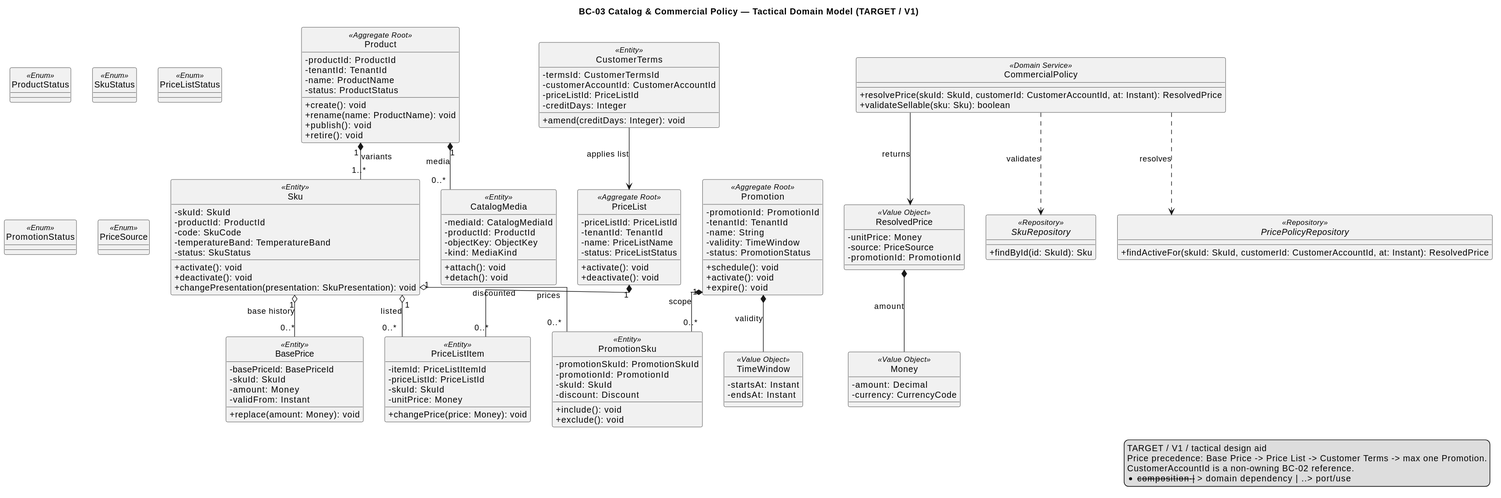
Above: 01-shared/domain/bounded-contexts/BC-03-catalog-commercial-policy/diagrams/BC03_CatalogCommercialPolicy.svg in nexa-suite/blueprint (PlantUML), before the change. The source it was exported from:
```plantuml
@startuml
title BC-03 Catalog & Commercial Policy — Tactical Domain Model (TARGET / V1)
hide circle
skinparam classAttributeIconSize 0
skinparam shadowing false
skinparam linetype ortho

class Product <<Aggregate Root>> {
  -productId: ProductId
  -tenantId: TenantId
  -name: ProductName
  -status: ProductStatus
  +create(): void
  +rename(name: ProductName): void
  +publish(): void
  +retire(): void
}

class Sku <<Entity>> {
  -skuId: SkuId
  -productId: ProductId
  -code: SkuCode
  -temperatureBand: TemperatureBand
  -status: SkuStatus
  +activate(): void
  +deactivate(): void
  +changePresentation(presentation: SkuPresentation): void
}

class CatalogMedia <<Entity>> {
  -mediaId: CatalogMediaId
  -productId: ProductId
  -objectKey: ObjectKey
  -kind: MediaKind
  +attach(): void
  +detach(): void
}

class PriceList <<Aggregate Root>> {
  -priceListId: PriceListId
  -tenantId: TenantId
  -name: PriceListName
  -status: PriceListStatus
  +activate(): void
  +deactivate(): void
}

class PriceListItem <<Entity>> {
  -itemId: PriceListItemId
  -priceListId: PriceListId
  -skuId: SkuId
  -unitPrice: Money
  +changePrice(price: Money): void
}

class BasePrice <<Entity>> {
  -basePriceId: BasePriceId
  -skuId: SkuId
  -amount: Money
  -validFrom: Instant
  +replace(amount: Money): void
}

class CustomerTerms <<Entity>> {
  -termsId: CustomerTermsId
  -customerAccountId: CustomerAccountId
  -priceListId: PriceListId
  -creditDays: Integer
  +amend(creditDays: Integer): void
}

class Promotion <<Aggregate Root>> {
  -promotionId: PromotionId
  -tenantId: TenantId
  -name: String
  -validity: TimeWindow
  -status: PromotionStatus
  +schedule(): void
  +activate(): void
  +expire(): void
}

class PromotionSku <<Entity>> {
  -promotionSkuId: PromotionSkuId
  -promotionId: PromotionId
  -skuId: SkuId
  -discount: Discount
  +include(): void
  +exclude(): void
}

class CommercialPolicy <<Domain Service>> {
  +resolvePrice(skuId: SkuId, customerId: CustomerAccountId, at: Instant): ResolvedPrice
  +validateSellable(sku: Sku): boolean
}

class ResolvedPrice <<Value Object>> {
  -unitPrice: Money
  -source: PriceSource
  -promotionId: PromotionId
}

class Money <<Value Object>> {
  -amount: Decimal
  -currency: CurrencyCode
}

class TimeWindow <<Value Object>> {
  -startsAt: Instant
  -endsAt: Instant
}

interface SkuRepository <<Repository>> {
  +findById(id: SkuId): Sku
}

interface PricePolicyRepository <<Repository>> {
  +findActiveFor(skuId: SkuId, customerId: CustomerAccountId, at: Instant): ResolvedPrice
}

enum ProductStatus <<Enum>>
enum SkuStatus <<Enum>>
enum PriceListStatus <<Enum>>
enum PromotionStatus <<Enum>>
enum PriceSource <<Enum>>

Product "1" *-- "1..*" Sku : variants
Product "1" *-- "0..*" CatalogMedia : media
PriceList "1" *-- "0..*" PriceListItem : prices
Promotion "1" *-- "0..*" PromotionSku : scope
Sku "1" o-- "0..*" PriceListItem : listed
Sku "1" o-- "0..*" BasePrice : base history
Sku "1" o-- "0..*" PromotionSku : discounted
CustomerTerms --> PriceList : applies list
CommercialPolicy ..> PricePolicyRepository : resolves
CommercialPolicy ..> SkuRepository : validates
CommercialPolicy --> ResolvedPrice : returns
ResolvedPrice *-- Money : amount
Promotion *-- TimeWindow : validity

legend right
TARGET / V1 / tactical design aid
Price precedence: Base Price -> Price List -> Customer Terms -> max one Promotion.
CustomerAccountId is a non-owning BC-02 reference.
*-- composition | --> domain dependency | ..> port/use
endlegend
@enduml
```
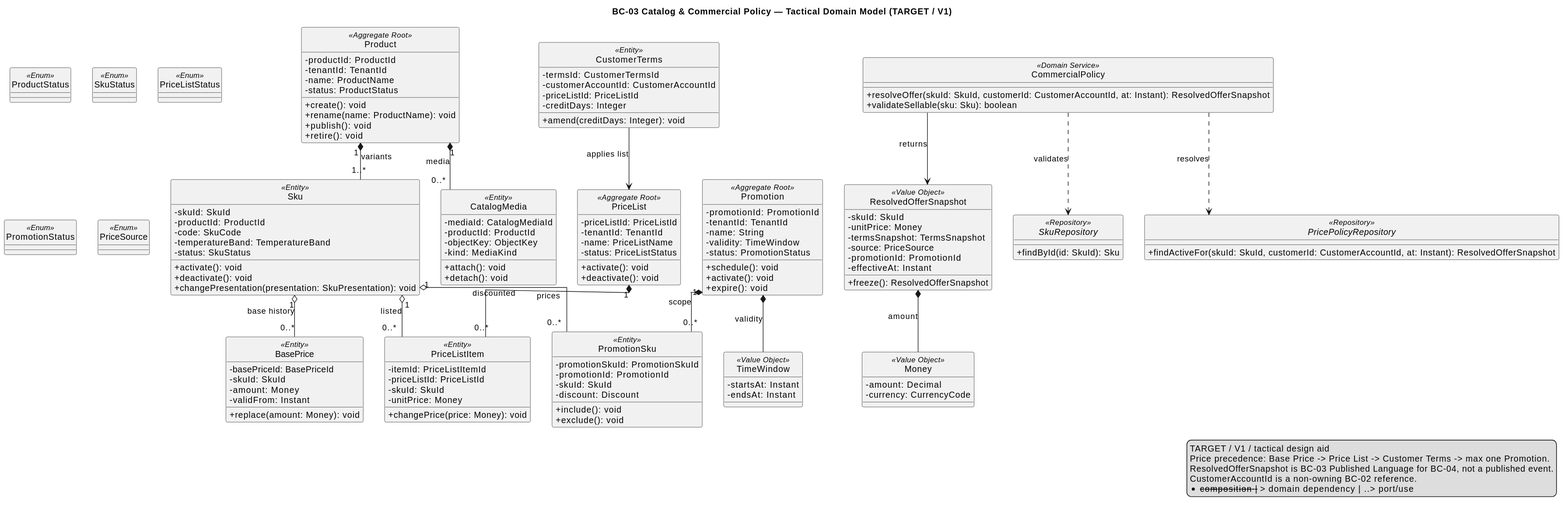
After the change.

What changed in the source:
```diff
@@ -90,14 +90,18 @@
 }
 
 class CommercialPolicy <<Domain Service>> {
-  +resolvePrice(skuId: SkuId, customerId: CustomerAccountId, at: Instant): ResolvedPrice
+  +resolveOffer(skuId: SkuId, customerId: CustomerAccountId, at: Instant): ResolvedOfferSnapshot
   +validateSellable(sku: Sku): boolean
 }
 
-class ResolvedPrice <<Value Object>> {
+class ResolvedOfferSnapshot <<Value Object>> {
+  -skuId: SkuId
   -unitPrice: Money
+  -termsSnapshot: TermsSnapshot
   -source: PriceSource
   -promotionId: PromotionId
+  -effectiveAt: Instant
+  +freeze(): ResolvedOfferSnapshot
 }
 
 class Money <<Value Object>> {
@@ -115,7 +119,7 @@
 }
 
 interface PricePolicyRepository <<Repository>> {
-  +findActiveFor(skuId: SkuId, customerId: CustomerAccountId, at: Instant): ResolvedPrice
+  +findActiveFor(skuId: SkuId, customerId: CustomerAccountId, at: Instant): ResolvedOfferSnapshot
 }
 
 enum ProductStatus <<Enum>>
@@ -134,13 +138,14 @@
 CustomerTerms --> PriceList : applies list
 CommercialPolicy ..> PricePolicyRepository : resolves
 CommercialPolicy ..> SkuRepository : validates
-CommercialPolicy --> ResolvedPrice : returns
-ResolvedPrice *-- Money : amount
+CommercialPolicy --> ResolvedOfferSnapshot : returns
+ResolvedOfferSnapshot *-- Money : amount
 Promotion *-- TimeWindow : validity
 
 legend right
 TARGET / V1 / tactical design aid
 Price precedence: Base Price -> Price List -> Customer Terms -> max one Promotion.
+ResolvedOfferSnapshot is BC-03 Published Language for BC-04, not a published event.
 CustomerAccountId is a non-owning BC-02 reference.
 *-- composition | --> domain dependency | ..> port/use
 endlegend
```
